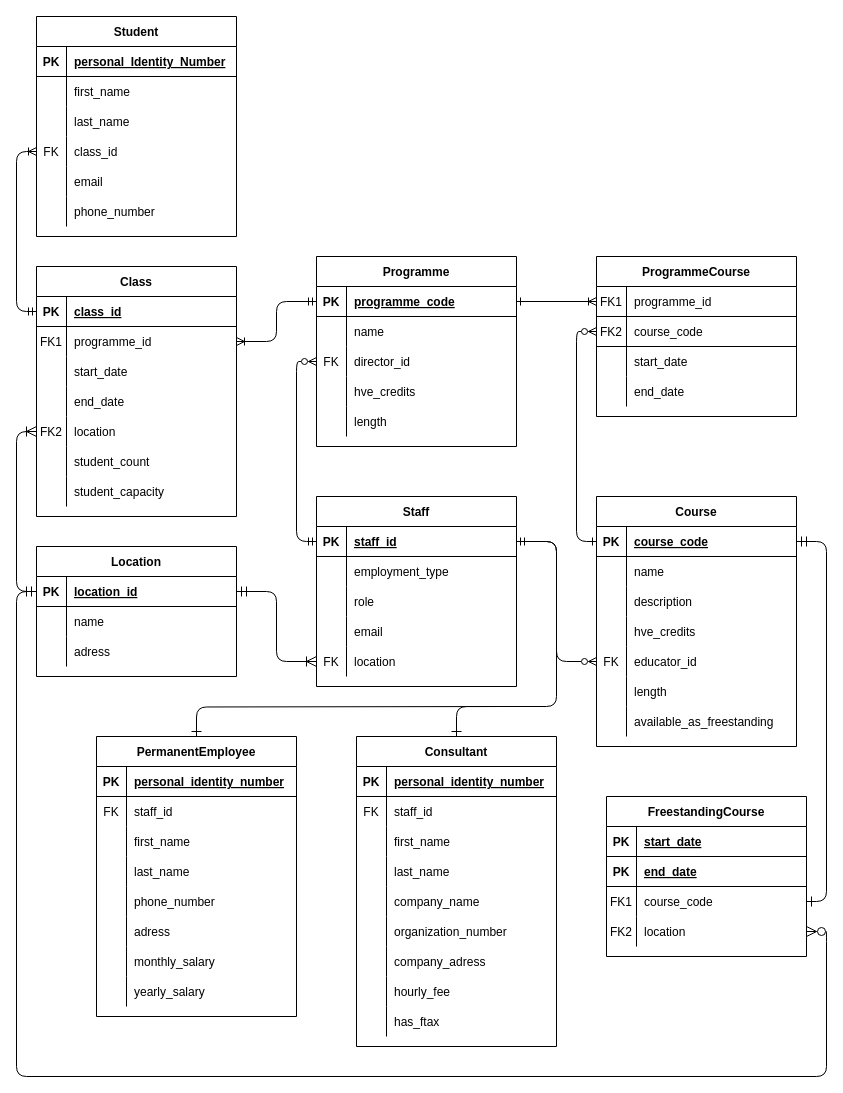
The draw.io diagram yh_labb/logical_model.drawio in dagmarveronika/data-modeling-charlotta-dellborg-de24, before the edit. Source tidied: cells renumbered, new cells numbered last; positions are measured from the earlier drawing's top-left corner, leaving out a move shared by most shapes. Both pictures are drawn from the tidied source at 100%, with x=0, y=0 at pixel (16, 16).
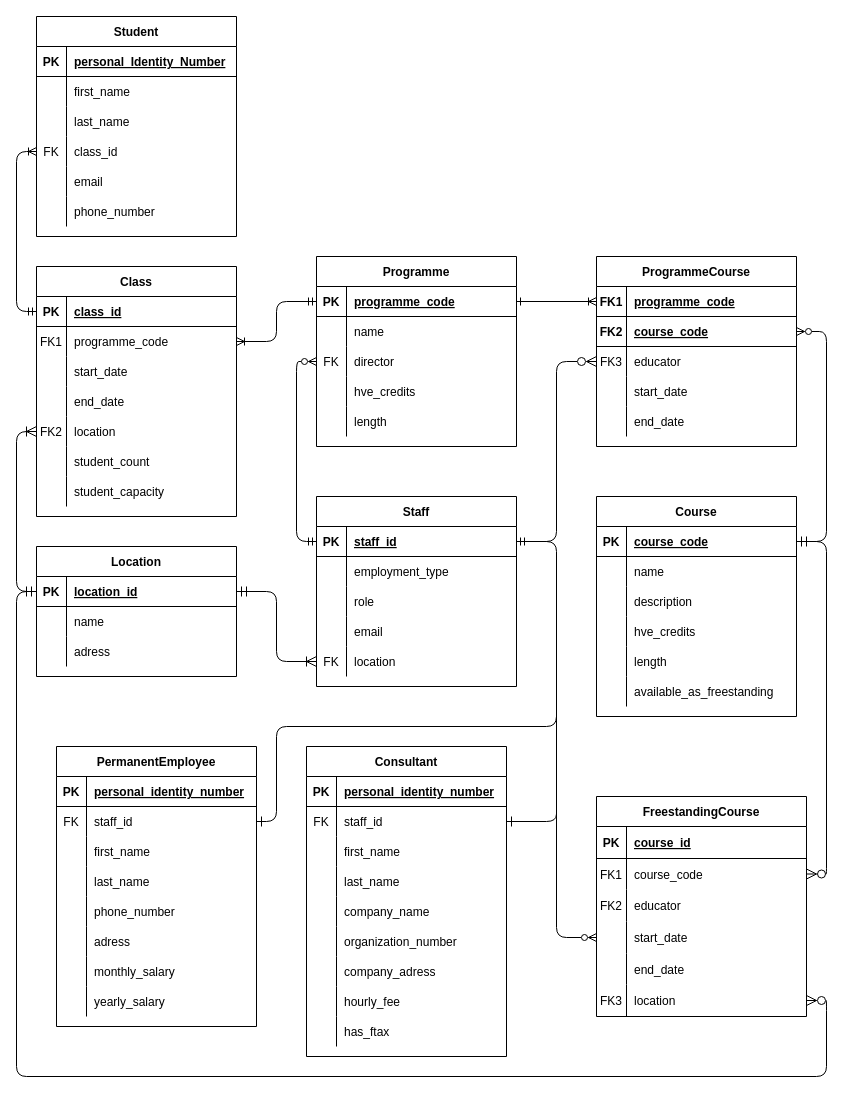
Above is the later version.

Commit message (it also covers changes not shown here):
3NF compliant (hopefully)

The change refers to these unchanged cells:
```xml
<mxCell id="7" style="shape=partialRectangle;fillColor=none;points=[[0,0.5],[1,0.5]];portConstraint=eastwest;top=0;left=0;right=0;bottom=0;" parent="3" vertex="1">
  <mxGeometry y="60" width="200" height="30" as="geometry" />
</mxCell>
<mxCell id="53" style="shape=partialRectangle;fillColor=none;points=[[0,0.5],[1,0.5]];portConstraint=eastwest;top=0;left=0;right=0;bottom=0;" parent="46" vertex="1">
  <mxGeometry y="90" width="200" height="30" as="geometry" />
</mxCell>
<mxCell id="66" style="shape=partialRectangle;fillColor=none;points=[[0,0.5],[1,0.5]];portConstraint=eastwest;top=0;left=0;right=0;bottom=0;" parent="62" vertex="1">
  <mxGeometry y="60" width="200" height="30" as="geometry" />
</mxCell>
<mxCell id="92" style="shape=partialRectangle;fillColor=none;points=[[0,0.5],[1,0.5]];portConstraint=eastwest;top=0;left=0;right=0;bottom=1;" parent="91" vertex="1">
  <mxGeometry y="30" width="200" height="30" as="geometry" />
</mxCell>
<mxCell id="95" style="shape=partialRectangle;fillColor=none;points=[[0,0.5],[1,0.5]];portConstraint=eastwest;top=0;left=0;right=0;bottom=0;strokeWidth=13;" parent="91" vertex="1">
  <mxGeometry y="60" width="200" height="30" as="geometry" />
</mxCell>
<mxCell id="108" style="shape=partialRectangle;fillColor=none;points=[[0,0.5],[1,0.5]];portConstraint=eastwest;top=0;left=0;right=0;bottom=1;" parent="107" vertex="1">
  <mxGeometry y="30" width="200" height="30" as="geometry" />
</mxCell>
<mxCell id="119" style="shape=partialRectangle;fillColor=none;points=[[0,0.5],[1,0.5]];portConstraint=eastwest;top=0;left=0;right=0;bottom=1;" parent="118" vertex="1">
  <mxGeometry y="30" width="200" height="30" as="geometry" />
</mxCell>
<mxCell id="144" style="shape=partialRectangle;fillColor=none;points=[[0,0.5],[1,0.5]];portConstraint=eastwest;top=0;left=0;right=0;bottom=1;" parent="143" vertex="1">
  <mxGeometry y="30" width="200" height="30" as="geometry" />
</mxCell>
<mxCell id="163" style="shape=partialRectangle;fillColor=none;points=[[0,0.5],[1,0.5]];portConstraint=eastwest;top=0;left=0;right=0;bottom=0;" parent="159" vertex="1">
  <mxGeometry y="60" width="200" height="30" as="geometry" />
</mxCell>
```

What changed in the source:
```diff
@@
-    <mxCell id="9" value="programme_id" style="shape=partialRectangle;overflow=hidden;fillColor=none;top=0;left=0;bottom=0;right=0;align=left;spacingLeft=6;" parent="7" vertex="1">
+    <mxCell id="9" value="programme_code" style="shape=partialRectangle;overflow=hidden;fillColor=none;top=0;left=0;bottom=0;right=0;align=left;spacingLeft=6;" parent="7" vertex="1">
       <mxGeometry x="30" width="170" height="30" as="geometry" />
     </mxCell>
@@
-    <mxCell id="55" value="director_id" style="shape=partialRectangle;overflow=hidden;fillColor=none;top=0;left=0;bottom=0;right=0;align=left;spacingLeft=6;" parent="53" vertex="1">
+    <mxCell id="55" value="director" style="shape=partialRectangle;overflow=hidden;fillColor=none;top=0;left=0;bottom=0;right=0;align=left;spacingLeft=6;" parent="53" vertex="1">
       <mxGeometry x="30" width="170" height="30" as="geometry" />
     </mxCell>
@@
     <mxCell id="62" value="Consultant" style="shape=table;startSize=30;childLayout=tableLayout;rowLines=0;fontStyle=1;align=center;" parent="1" vertex="1">
-      <mxGeometry x="340" y="720" width="200" height="310" as="geometry" />
+      <mxGeometry x="290" y="730" width="200" height="310" as="geometry" />
     </mxCell>
@@
-    <mxCell id="90" style="edgeStyle=orthogonalEdgeStyle;rounded=1;jettySize=auto;html=1;entryX=0;entryY=0.5;entryDx=0;entryDy=0;startArrow=ERzeroToMany;startFill=0;endArrow=ERone;endFill=0;exitX=0;exitY=0.5;exitDx=0;exitDy=0;curved=0;" parent="1" edge="1" source="95" target="119">
-      <mxGeometry relative="1" as="geometry" />
+    <mxCell id="90" style="edgeStyle=orthogonalEdgeStyle;rounded=1;jettySize=auto;html=1;entryX=1;entryY=0.5;entryDx=0;entryDy=0;startArrow=ERzeroToMany;startFill=0;endArrow=none;endFill=0;exitX=1;exitY=0.5;exitDx=0;exitDy=0;curved=0;" parent="1" edge="1" source="95" target="119">
+      <mxGeometry relative="1" as="geometry">
+        <Array as="points">
+          <mxPoint x="810" y="315" />
+          <mxPoint x="810" y="525" />
+        </Array>
+      </mxGeometry>
     </mxCell>
     <mxCell id="91" value="ProgrammeCourse" style="shape=table;startSize=30;childLayout=tableLayout;rowLines=0;fontStyle=1;align=center;strokeColor=default;fillColor=default;" parent="1" vertex="1">
-      <mxGeometry x="580" y="240" width="200" height="160" as="geometry" />
+      <mxGeometry x="580" y="240" width="200" height="190" as="geometry" />
     </mxCell>
@@
-    <mxCell id="93" value="FK1" style="shape=partialRectangle;overflow=hidden;fillColor=none;top=0;left=0;bottom=0;right=0;fontStyle=0;" parent="92" vertex="1">
+    <mxCell id="93" value="FK1" style="shape=partialRectangle;overflow=hidden;fillColor=none;top=0;left=0;bottom=0;right=0;fontStyle=1;" parent="92" vertex="1">
       <mxGeometry width="30" height="30" as="geometry" />
     </mxCell>
-    <mxCell id="94" value="programme_id" style="shape=partialRectangle;overflow=hidden;fillColor=none;top=0;left=0;bottom=0;right=0;align=left;spacingLeft=6;fontStyle=0;strokeColor=default;perimeterSpacing=0;" parent="92" vertex="1">
+    <mxCell id="94" value="programme_code" style="shape=partialRectangle;overflow=hidden;fillColor=none;top=0;left=0;bottom=0;right=0;align=left;spacingLeft=6;fontStyle=5;strokeColor=default;perimeterSpacing=0;" parent="92" vertex="1">
       <mxGeometry x="30" width="170" height="30" as="geometry" />
     </mxCell>
@@
-    <mxCell id="96" value="FK2" style="shape=partialRectangle;overflow=hidden;fillColor=none;top=0;left=0;bottom=1;right=0;strokeColor=default;" parent="95" vertex="1">
+    <mxCell id="96" value="FK2" style="shape=partialRectangle;overflow=hidden;fillColor=none;top=0;left=0;bottom=1;right=0;strokeColor=default;fontStyle=1;" parent="95" vertex="1">
       <mxGeometry width="30" height="30" as="geometry" />
     </mxCell>
-    <mxCell id="97" value="course_code" style="shape=partialRectangle;overflow=hidden;fillColor=none;top=0;left=0;bottom=1;right=0;align=left;spacingLeft=6;strokeColor=default;shadow=0;" parent="95" vertex="1">
+    <mxCell id="97" value="course_code" style="shape=partialRectangle;overflow=hidden;fillColor=none;top=0;left=0;bottom=1;right=0;align=left;spacingLeft=6;strokeColor=default;shadow=0;fontStyle=5;" parent="95" vertex="1">
       <mxGeometry x="30" width="170" height="30" as="geometry" />
     </mxCell>
+    <mxCell id="198" style="shape=partialRectangle;fillColor=none;points=[[0,0.5],[1,0.5]];portConstraint=eastwest;top=0;left=0;right=0;bottom=0;" parent="91" vertex="1">
+      <mxGeometry y="90" width="200" height="30" as="geometry" />
+    </mxCell>
+    <mxCell id="199" value="FK3" style="shape=partialRectangle;overflow=hidden;fillColor=none;top=0;left=0;bottom=0;right=0;" parent="198" vertex="1">
+      <mxGeometry width="30" height="30" as="geometry" />
+    </mxCell>
+    <mxCell id="200" value="educator" style="shape=partialRectangle;overflow=hidden;fillColor=none;top=0;left=0;bottom=0;right=0;align=left;spacingLeft=6;" parent="198" vertex="1">
+      <mxGeometry x="30" width="170" height="30" as="geometry" />
+    </mxCell>
     <mxCell id="98" style="shape=partialRectangle;fillColor=none;top=0;left=0;right=0;bottom=0;" parent="91" vertex="1">
-      <mxGeometry y="90" width="200" height="30" as="geometry" />
+      <mxGeometry y="120" width="200" height="30" as="geometry" />
     </mxCell>
@@
     <mxCell id="101" style="shape=partialRectangle;fillColor=none;top=0;left=0;right=0;bottom=0;" parent="91" vertex="1">
-      <mxGeometry y="120" width="200" height="30" as="geometry" />
+      <mxGeometry y="150" width="200" height="30" as="geometry" />
     </mxCell>
@@
-    <mxCell id="104" style="edgeStyle=orthogonalEdgeStyle;rounded=1;jettySize=auto;html=1;entryX=0;entryY=0.5;entryDx=0;entryDy=0;endArrow=ERzeroToMany;endFill=0;startArrow=ERmandOne;startFill=0;curved=0;exitX=0;exitY=0.5;exitDx=0;exitDy=0;" parent="1" edge="1" source="144" target="53">
+    <mxCell id="104" style="rounded=1;jettySize=auto;html=1;entryX=0;entryY=0.5;entryDx=0;entryDy=0;endArrow=ERzeroToMany;endFill=0;startArrow=ERmandOne;startFill=0;exitX=0;exitY=0.5;exitDx=0;exitDy=0;edgeStyle=orthogonalEdgeStyle;" parent="1" edge="1" source="144" target="53">
       <mxGeometry relative="1" as="geometry" />
     </mxCell>
@@
-    <mxCell id="106" style="edgeStyle=orthogonalEdgeStyle;rounded=1;jettySize=auto;html=1;entryX=1;entryY=0.5;entryDx=0;entryDy=0;fontSize=12;startSize=8;endSize=8;exitX=0;exitY=0.5;exitDx=0;exitDy=0;curved=0;endArrow=ERzeroToMany;endFill=0;" parent="1" edge="1" source="108" target="194">
+    <mxCell id="106" style="rounded=1;jettySize=auto;html=1;entryX=1;entryY=0.5;entryDx=0;entryDy=0;fontSize=12;startSize=8;endSize=8;exitX=0;exitY=0.5;exitDx=0;exitDy=0;endArrow=ERzeroToMany;endFill=0;edgeStyle=orthogonalEdgeStyle;" parent="1" edge="1" source="108" target="194">
       <mxGeometry relative="1" as="geometry">
         <Array as="points">
           <mxPoint y="575" />
           <mxPoint y="1060" />
           <mxPoint x="810" y="1060" />
-          <mxPoint x="810" y="915" />
+          <mxPoint x="810" y="984" />
         </Array>
       </mxGeometry>
     </mxCell>
@@
-    <mxCell id="117" style="edgeStyle=orthogonalEdgeStyle;rounded=1;jettySize=auto;html=1;fontSize=12;startSize=8;endSize=8;startArrow=ERmandOne;startFill=0;endArrow=ERone;endFill=0;exitX=1;exitY=0.5;exitDx=0;exitDy=0;entryX=1;entryY=0.5;entryDx=0;entryDy=0;" parent="1" edge="1" source="119" target="191">
+    <mxCell id="117" style="edgeStyle=orthogonalEdgeStyle;rounded=1;jettySize=auto;html=1;fontSize=12;startSize=8;endSize=8;startArrow=ERmandOne;startFill=0;endArrow=ERone;endFill=0;exitX=1;exitY=0.5;exitDx=0;exitDy=0;entryX=1;entryY=0.5;entryDx=0;entryDy=0;" parent="1" edge="1" source="119">
       <mxGeometry relative="1" as="geometry" />
     </mxCell>
+    <mxCell id="201" style="edgeStyle=orthogonalEdgeStyle;rounded=1;jettySize=auto;html=1;entryX=1;entryY=0.5;entryDx=0;entryDy=0;fontSize=12;startSize=8;endSize=8;exitX=1;exitY=0.5;exitDx=0;exitDy=0;curved=0;startArrow=ERmandOne;startFill=0;endArrow=ERzeroToMany;endFill=0;" parent="1" edge="1" source="119" target="185">
+      <mxGeometry relative="1" as="geometry" />
+    </mxCell>
     <mxCell id="118" value="Course" style="shape=table;startSize=30;childLayout=tableLayout;rowLines=0;fontStyle=1;align=center;" parent="1" vertex="1">
-      <mxGeometry x="580" y="480" width="200" height="250" as="geometry" />
+      <mxGeometry x="580" y="480" width="200" height="220" as="geometry" />
     </mxCell>
@@
-    <mxCell id="131" style="shape=partialRectangle;fillColor=none;points=[[0,0.5],[1,0.5]];portConstraint=eastwest;top=0;left=0;right=0;bottom=0;" parent="118" vertex="1">
-      <mxGeometry y="150" width="200" height="30" as="geometry" />
-    </mxCell>
-    <mxCell id="132" value="FK" style="shape=partialRectangle;overflow=hidden;fillColor=none;top=0;left=0;bottom=0;right=0;" parent="131" vertex="1">
-      <mxGeometry width="30" height="30" as="geometry" />
-    </mxCell>
-    <mxCell id="133" value="educator_id" style="shape=partialRectangle;overflow=hidden;fillColor=none;top=0;left=0;bottom=0;right=0;align=left;spacingLeft=6;" parent="131" vertex="1">
-      <mxGeometry x="30" width="170" height="30" as="geometry" />
-    </mxCell>
     <mxCell id="134" style="shape=partialRectangle;fillColor=none;top=0;left=0;right=0;bottom=0;" parent="118" vertex="1">
-      <mxGeometry y="180" width="200" height="30" as="geometry" />
+      <mxGeometry y="150" width="200" height="30" as="geometry" />
     </mxCell>
@@
     <mxCell id="137" style="shape=partialRectangle;fillColor=none;top=0;left=0;right=0;bottom=0;" parent="118" vertex="1">
-      <mxGeometry y="210" width="200" height="30" as="geometry" />
+      <mxGeometry y="180" width="200" height="30" as="geometry" />
     </mxCell>
@@
-    <mxCell id="140" style="rounded=1;jettySize=auto;html=1;endArrow=ERmandOne;endFill=0;startArrow=ERzeroToMany;startFill=0;entryX=1;entryY=0.5;entryDx=0;entryDy=0;exitX=0;exitY=0.5;exitDx=0;exitDy=0;edgeStyle=orthogonalEdgeStyle;" parent="1" edge="1" source="131" target="144">
+    <mxCell id="140" style="rounded=1;jettySize=auto;html=1;endArrow=ERmandOne;endFill=0;startArrow=ERzeroToMany;startFill=0;entryX=1;entryY=0.5;entryDx=0;entryDy=0;exitX=0;exitY=0.5;exitDx=0;exitDy=0;edgeStyle=orthogonalEdgeStyle;" parent="1" edge="1" source="191" target="144">
       <mxGeometry relative="1" as="geometry" />
     </mxCell>
-    <mxCell id="141" style="edgeStyle=orthogonalEdgeStyle;rounded=1;jettySize=auto;html=1;entryX=0.5;entryY=0;entryDx=0;entryDy=0;fontSize=12;startSize=8;endSize=8;elbow=vertical;startArrow=none;startFill=0;endArrow=ERone;endFill=0;" parent="1" edge="1" target="159">
+    <mxCell id="141" style="edgeStyle=orthogonalEdgeStyle;rounded=1;jettySize=auto;html=1;entryX=1;entryY=0.5;entryDx=0;entryDy=0;fontSize=12;startSize=8;endSize=8;elbow=vertical;startArrow=none;startFill=0;endArrow=ERone;endFill=0;" parent="1" edge="1" target="163">
       <mxGeometry relative="1" as="geometry">
-        <mxPoint x="490" y="690" as="sourcePoint" />
+        <mxPoint x="540" y="680" as="sourcePoint" />
+        <Array as="points">
+          <mxPoint x="260" y="710" />
+          <mxPoint x="260" y="805" />
+        </Array>
       </mxGeometry>
     </mxCell>
-    <mxCell id="142" style="rounded=1;jettySize=auto;html=1;entryX=0.5;entryY=0;entryDx=0;entryDy=0;fontSize=12;startSize=8;endSize=8;startArrow=none;startFill=0;endArrow=ERone;endFill=0;edgeStyle=orthogonalEdgeStyle;exitX=1;exitY=0.5;exitDx=0;exitDy=0;" parent="1" edge="1" source="144" target="62">
+    <mxCell id="142" style="rounded=1;jettySize=auto;html=1;entryX=1;entryY=0.5;entryDx=0;entryDy=0;fontSize=12;startSize=8;endSize=8;startArrow=none;startFill=0;endArrow=ERone;endFill=0;edgeStyle=orthogonalEdgeStyle;" parent="1" edge="1" target="66">
       <mxGeometry relative="1" as="geometry">
+        <mxPoint x="540" y="790" as="sourcePoint" />
         <Array as="points">
-          <mxPoint x="540" y="525" />
-          <mxPoint x="540" y="690" />
-          <mxPoint x="440" y="690" />
+          <mxPoint x="540" y="805" />
         </Array>
       </mxGeometry>
     </mxCell>
+    <mxCell id="202" style="edgeStyle=orthogonalEdgeStyle;rounded=1;jettySize=auto;html=1;entryX=0;entryY=0.5;entryDx=0;entryDy=0;fontSize=12;startSize=8;endSize=8;exitX=1;exitY=0.5;exitDx=0;exitDy=0;curved=0;endArrow=ERzeroToMany;endFill=0;" parent="1" edge="1" source="144" target="198">
+      <mxGeometry relative="1" as="geometry" />
+    </mxCell>
@@
     <mxCell id="159" value="PermanentEmployee" style="shape=table;startSize=30;childLayout=tableLayout;rowLines=0;fontStyle=1;align=center;" parent="1" vertex="1">
-      <mxGeometry x="80" y="720" width="200" height="280" as="geometry" />
+      <mxGeometry x="40" y="730" width="200" height="280" as="geometry" />
     </mxCell>
@@
-    <mxCell id="184" value="FreestandingCourse" style="shape=table;startSize=30;childLayout=tableLayout;rowLines=0;fontStyle=1;align=center;strokeColor=default;fillColor=default;" parent="1" vertex="1">
-      <mxGeometry x="590" y="780" width="200" height="160" as="geometry" />
+    <mxCell id="184" value="FreestandingCourse" style="shape=table;startSize=30;childLayout=tableLayout;rowLines=0;fontStyle=1;align=center;strokeColor=default;fillColor=default;columnLines=1;" parent="1" vertex="1">
+      <mxGeometry x="580" y="780" width="210" height="220" as="geometry" />
     </mxCell>
+    <mxCell id="203" style="shape=partialRectangle;fillColor=none;top=0;left=0;right=0;bottom=0;" parent="184" vertex="1">
+      <mxGeometry y="30" width="210" height="32" as="geometry" />
+    </mxCell>
+    <mxCell id="189" value="PK" style="shape=partialRectangle;overflow=hidden;fillColor=none;top=0;left=0;bottom=1;right=0;fontStyle=1;" parent="203" vertex="1">
+      <mxGeometry width="30" height="32" as="geometry" />
+    </mxCell>
+    <mxCell id="204" value="course_id" style="shape=partialRectangle;overflow=hidden;fillColor=none;top=0;left=0;bottom=1;right=0;align=left;spacingLeft=6;fontStyle=5;" parent="203" vertex="1">
+      <mxGeometry x="30" width="180" height="32" as="geometry" />
+    </mxCell>
-    <mxCell id="185" style="shape=partialRectangle;fillColor=none;points=[[0,0.5],[1,0.5]];portConstraint=eastwest;top=0;left=0;right=0;bottom=1;" parent="184" vertex="1">
-      <mxGeometry y="30" width="200" height="30" as="geometry" />
+    <mxCell id="185" style="shape=partialRectangle;fillColor=none;points=[[0,0.5],[1,0.5]];portConstraint=eastwest;top=0;left=0;right=0;bottom=0;strokeColor=inherit;" parent="184" vertex="1">
+      <mxGeometry y="62" width="210" height="31" as="geometry" />
     </mxCell>
-    <mxCell id="186" value="PK" style="shape=partialRectangle;overflow=hidden;fillColor=none;top=0;left=0;bottom=0;right=0;fontStyle=1;" parent="185" vertex="1">
-      <mxGeometry width="30" height="30" as="geometry" />
+    <mxCell id="186" value="FK1" style="shape=partialRectangle;overflow=hidden;fillColor=none;top=0;left=0;bottom=0;right=0;fontStyle=0;strokeColor=inherit;" parent="185" vertex="1">
+      <mxGeometry width="30" height="31" as="geometry" />
     </mxCell>
-    <mxCell id="187" value="start_date" style="shape=partialRectangle;overflow=hidden;fillColor=none;top=0;left=0;bottom=0;right=0;align=left;spacingLeft=6;fontStyle=5;" parent="185" vertex="1">
-      <mxGeometry x="30" width="170" height="30" as="geometry" />
+    <mxCell id="187" value="course_code" style="shape=partialRectangle;overflow=hidden;fillColor=none;top=0;left=0;bottom=0;right=0;align=left;spacingLeft=6;fontStyle=0;strokeColor=default;strokeWidth=0;" parent="185" vertex="1">
+      <mxGeometry x="30" width="180" height="31" as="geometry" />
     </mxCell>
-    <mxCell id="188" style="shape=partialRectangle;fillColor=none;top=0;left=0;right=0;bottom=1;" parent="184" vertex="1">
-      <mxGeometry y="60" width="200" height="30" as="geometry" />
-    </mxCell>
-    <mxCell id="189" value="PK" style="shape=partialRectangle;overflow=hidden;fillColor=none;top=0;left=0;bottom=0;right=0;fontStyle=1;" parent="188" vertex="1">
-      <mxGeometry width="30" height="30" as="geometry" />
-    </mxCell>
-    <mxCell id="190" value="end_date" style="shape=partialRectangle;overflow=hidden;fillColor=none;top=0;left=0;bottom=0;right=0;align=left;spacingLeft=6;fontStyle=5;" parent="188" vertex="1">
-      <mxGeometry x="30" width="170" height="30" as="geometry" />
-    </mxCell>
+    <mxCell id="205" style="shape=partialRectangle;fillColor=none;top=0;left=0;right=0;bottom=0;strokeColor=inherit;" parent="184" vertex="1">
+      <mxGeometry y="93" width="210" height="32" as="geometry" />
+    </mxCell>
+    <mxCell id="206" value="FK2" style="shape=partialRectangle;overflow=hidden;fillColor=none;top=0;left=0;bottom=0;right=0;fontStyle=0;strokeColor=inherit;" parent="205" vertex="1">
+      <mxGeometry width="30" height="32" as="geometry" />
+    </mxCell>
+    <mxCell id="207" value="educator" style="shape=partialRectangle;overflow=hidden;fillColor=none;top=0;left=0;bottom=0;right=0;align=left;spacingLeft=6;fontStyle=0;strokeColor=default;strokeWidth=17;" parent="205" vertex="1">
+      <mxGeometry x="30" width="180" height="32" as="geometry" />
+    </mxCell>
     <mxCell id="191" style="shape=partialRectangle;fillColor=none;points=[[0,0.5],[1,0.5]];portConstraint=eastwest;top=0;left=0;right=0;bottom=0;" parent="184" vertex="1">
-      <mxGeometry y="90" width="200" height="30" as="geometry" />
+      <mxGeometry y="125" width="210" height="32" as="geometry" />
     </mxCell>
-    <mxCell id="192" value="FK1" style="shape=partialRectangle;overflow=hidden;fillColor=none;top=0;left=0;bottom=0;right=0;" parent="191" vertex="1">
-      <mxGeometry width="30" height="30" as="geometry" />
+    <mxCell id="192" style="shape=partialRectangle;overflow=hidden;fillColor=none;top=0;left=0;bottom=0;right=0;" parent="191" vertex="1">
+      <mxGeometry width="30" height="32" as="geometry" />
     </mxCell>
-    <mxCell id="193" value="course_code" style="shape=partialRectangle;overflow=hidden;fillColor=none;top=0;left=0;bottom=0;right=0;align=left;spacingLeft=6;" parent="191" vertex="1">
-      <mxGeometry x="30" width="170" height="30" as="geometry" />
+    <mxCell id="193" value="start_date" style="shape=partialRectangle;overflow=hidden;fillColor=none;top=0;left=0;bottom=0;right=0;align=left;spacingLeft=6;" parent="191" vertex="1">
+      <mxGeometry x="30" width="180" height="32" as="geometry" />
     </mxCell>
+    <mxCell id="208" style="shape=partialRectangle;fillColor=none;top=0;left=0;right=0;bottom=0;" parent="184" vertex="1">
+      <mxGeometry y="157" width="210" height="31" as="geometry" />
+    </mxCell>
+    <mxCell id="209" style="shape=partialRectangle;overflow=hidden;fillColor=none;top=0;left=0;bottom=0;right=0;" parent="208" vertex="1">
+      <mxGeometry width="30" height="31" as="geometry" />
+    </mxCell>
+    <mxCell id="190" value="end_date" style="shape=partialRectangle;overflow=hidden;fillColor=none;top=0;left=0;bottom=0;right=0;align=left;spacingLeft=6;" parent="208" vertex="1">
+      <mxGeometry x="30" width="180" height="31" as="geometry" />
+    </mxCell>
     <mxCell id="194" style="shape=partialRectangle;fillColor=none;points=[[0,0.5],[1,0.5]];portConstraint=eastwest;top=0;left=0;right=0;bottom=0;" parent="184" vertex="1">
-      <mxGeometry y="120" width="200" height="30" as="geometry" />
+      <mxGeometry y="188" width="210" height="32" as="geometry" />
     </mxCell>
-    <mxCell id="195" value="FK2" style="shape=partialRectangle;overflow=hidden;fillColor=none;top=0;left=0;bottom=0;right=0;" parent="194" vertex="1">
-      <mxGeometry width="30" height="30" as="geometry" />
+    <mxCell id="195" value="FK3" style="shape=partialRectangle;overflow=hidden;fillColor=none;top=0;left=0;bottom=0;right=0;" parent="194" vertex="1">
+      <mxGeometry width="30" height="32" as="geometry" />
     </mxCell>
     <mxCell id="196" value="location" style="shape=partialRectangle;overflow=hidden;fillColor=none;top=0;left=0;bottom=0;right=0;align=left;spacingLeft=6;" parent="194" vertex="1">
-      <mxGeometry x="30" width="170" height="30" as="geometry" />
+      <mxGeometry x="30" width="180" height="32" as="geometry" />
     </mxCell>
```
